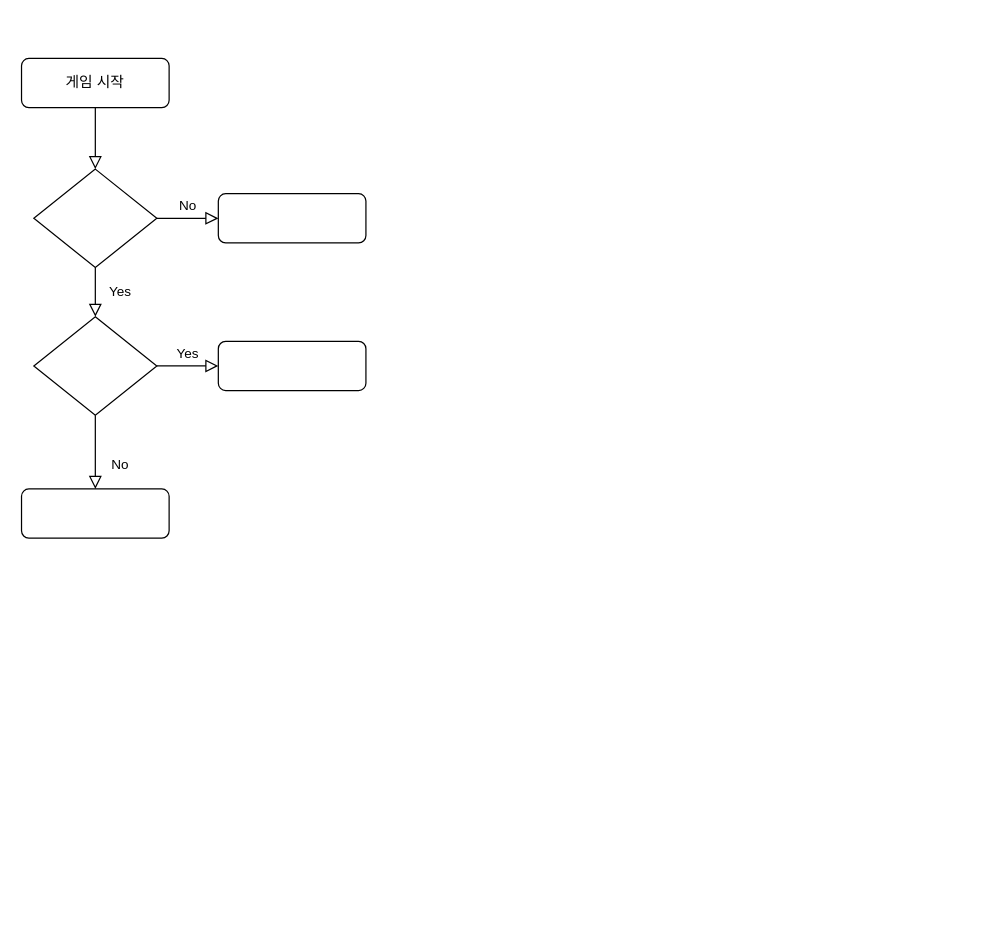
Before: Bakara/게임 흐름 순서도.drawio in wltnthss/oop_java, a draw.io diagram. Source tidied: cells renumbered, new cells numbered last; positions are measured from the earlier drawing's top-left corner, leaving out a move shared by most shapes. Both pictures are drawn from the tidied source at 123%, with x=0, y=0 at pixel (21, 58).
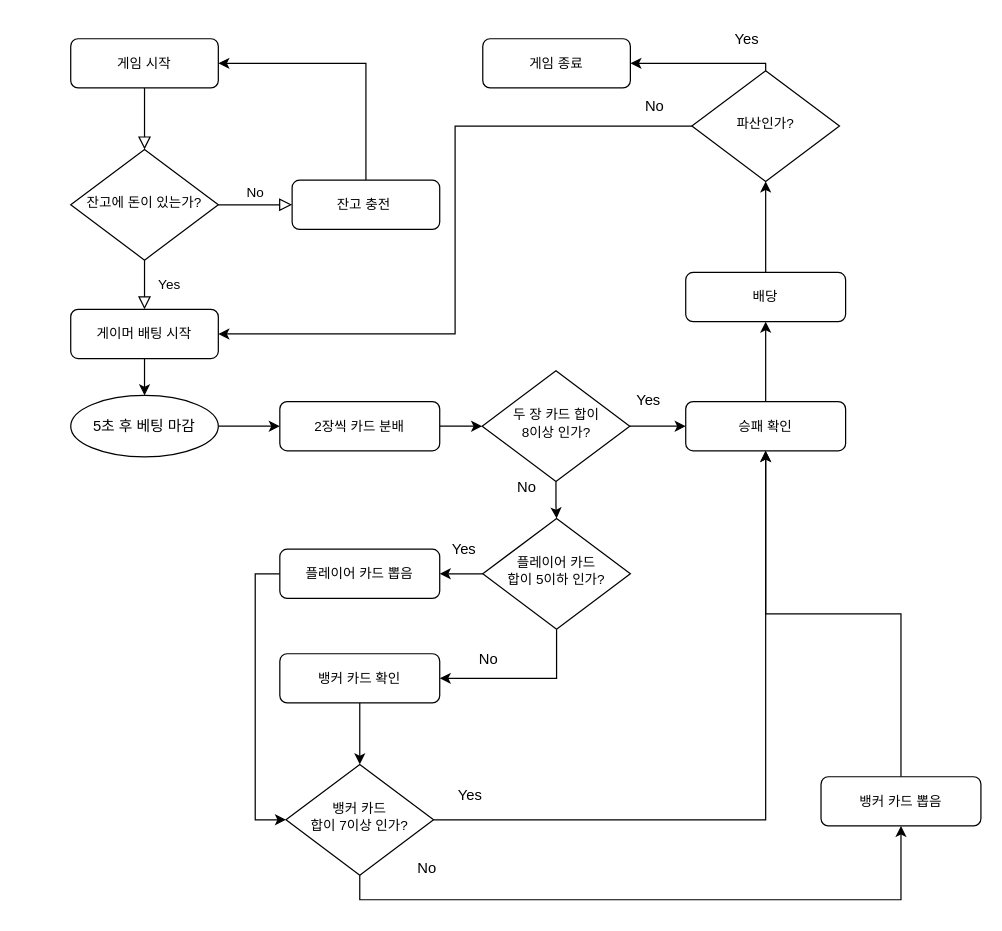
After the change.

Commit message:
게임 흐름 순서도.drawio 1차업데이트

Diff of the diagram source:
```diff
@@
+    <mxCell id="13" style="edgeStyle=orthogonalEdgeStyle;rounded=0;jettySize=auto;html=1;exitX=1;exitY=0.25;exitDx=0;exitDy=0;" parent="1" edge="1" source="3">
+      <mxGeometry relative="1" as="geometry">
+        <mxPoint x="130" y="-16" as="targetPoint" />
+      </mxGeometry>
+    </mxCell>
-    <mxCell id="3" value="게임 시작" style="rounded=1;whiteSpace=wrap;html=1;fontSize=12;glass=0;strokeWidth=1;shadow=0;" parent="1" vertex="1">
-      <mxGeometry width="120" height="40" as="geometry" />
+    <mxCell id="3" value="게임 시작" style="rounded=1;whiteSpace=wrap;html=1;fontSize=11;glass=0;strokeWidth=1;shadow=0;" parent="1" vertex="1">
+      <mxGeometry x="40" y="-16" width="120" height="40" as="geometry" />
     </mxCell>
-    <mxCell id="4" value="Yes" style="rounded=0;html=1;jettySize=auto;fontSize=11;endArrow=block;endFill=0;endSize=8;strokeWidth=1;shadow=0;labelBackgroundColor=none;edgeStyle=orthogonalEdgeStyle;" parent="1" edge="1" source="6" target="10">
+    <mxCell id="4" value="Yes" style="rounded=0;html=1;jettySize=auto;fontSize=11;endArrow=block;endFill=0;endSize=8;strokeWidth=1;shadow=0;labelBackgroundColor=none;edgeStyle=orthogonalEdgeStyle;entryX=0.5;entryY=1;entryDx=0;entryDy=0;" parent="1" edge="1" source="6" target="12">
       <mxGeometry y="20" relative="1" as="geometry" />
     </mxCell>
@@
-    <mxCell id="6" style="rhombus;whiteSpace=wrap;html=1;shadow=0;fontFamily=Helvetica;fontSize=12;align=center;strokeWidth=1;spacing=6;spacingTop=-4;" parent="1" vertex="1">
-      <mxGeometry x="10" y="90" width="100" height="80" as="geometry" />
+    <mxCell id="6" value="잔고에 돈이 있는가?" style="rhombus;whiteSpace=wrap;html=1;shadow=0;fontFamily=Helvetica;fontSize=11;align=center;strokeWidth=1;spacing=6;spacingTop=-4;" parent="1" vertex="1">
+      <mxGeometry x="40" y="74" width="120" height="90" as="geometry" />
     </mxCell>
+    <mxCell id="14" style="edgeStyle=orthogonalEdgeStyle;rounded=0;jettySize=auto;html=1;exitX=0.5;exitY=0;exitDx=0;exitDy=0;entryX=1;entryY=0.5;entryDx=0;entryDy=0;" parent="1" edge="1" source="7" target="3">
+      <mxGeometry relative="1" as="geometry" />
+    </mxCell>
-    <mxCell id="7" style="rounded=1;whiteSpace=wrap;html=1;fontSize=12;glass=0;strokeWidth=1;shadow=0;" parent="1" vertex="1">
-      <mxGeometry x="160" y="110" width="120" height="40" as="geometry" />
+    <mxCell id="7" value="잔고 충전&amp;nbsp;" style="rounded=1;whiteSpace=wrap;html=1;fontSize=11;glass=0;strokeWidth=1;shadow=0;" parent="1" vertex="1">
+      <mxGeometry x="220" y="99" width="120" height="40" as="geometry" />
     </mxCell>
-    <mxCell id="8" value="No" style="rounded=0;html=1;jettySize=auto;fontSize=11;endArrow=block;endFill=0;endSize=8;strokeWidth=1;shadow=0;labelBackgroundColor=none;edgeStyle=orthogonalEdgeStyle;" parent="1" edge="1" source="10" target="11">
-      <mxGeometry x="0.33" y="20" relative="1" as="geometry" />
-    </mxCell>
-    <mxCell id="9" value="Yes" style="edgeStyle=orthogonalEdgeStyle;rounded=0;html=1;jettySize=auto;fontSize=11;endArrow=block;endFill=0;endSize=8;strokeWidth=1;shadow=0;labelBackgroundColor=none;" parent="1" edge="1" source="10" target="12">
-      <mxGeometry y="10" relative="1" as="geometry" />
-    </mxCell>
-    <mxCell id="10" style="rhombus;whiteSpace=wrap;html=1;shadow=0;fontFamily=Helvetica;fontSize=12;align=center;strokeWidth=1;spacing=6;spacingTop=-4;" parent="1" vertex="1">
-      <mxGeometry x="10" y="210" width="100" height="80" as="geometry" />
-    </mxCell>
-    <mxCell id="11" style="rounded=1;whiteSpace=wrap;html=1;fontSize=12;glass=0;strokeWidth=1;shadow=0;" parent="1" vertex="1">
-      <mxGeometry y="350" width="120" height="40" as="geometry" />
-    </mxCell>
+    <mxCell id="15" style="edgeStyle=orthogonalEdgeStyle;rounded=0;jettySize=auto;html=1;entryX=0.5;entryY=0;entryDx=0;entryDy=0;" parent="1" edge="1" source="12" target="17">
+      <mxGeometry relative="1" as="geometry" />
+    </mxCell>
-    <mxCell id="12" style="rounded=1;whiteSpace=wrap;html=1;fontSize=12;glass=0;strokeWidth=1;shadow=0;" parent="1" vertex="1">
-      <mxGeometry x="160" y="230" width="120" height="40" as="geometry" />
+    <mxCell id="12" value="게이머 배팅 시작" style="rounded=1;whiteSpace=wrap;html=1;fontSize=11;glass=0;strokeWidth=1;shadow=0;direction=west;" parent="1" vertex="1">
+      <mxGeometry x="40" y="204" width="120" height="40" as="geometry" />
     </mxCell>
+    <mxCell id="16" style="edgeStyle=orthogonalEdgeStyle;rounded=0;jettySize=auto;html=1;entryX=1;entryY=0.5;entryDx=0;entryDy=0;" parent="1" edge="1" source="17" target="19">
+      <mxGeometry relative="1" as="geometry" />
+    </mxCell>
+    <mxCell id="17" value="5초 후 베팅 마감" style="ellipse;whiteSpace=wrap;html=1;" parent="1" vertex="1">
+      <mxGeometry x="40" y="274" width="120" height="50" as="geometry" />
+    </mxCell>
+    <mxCell id="18" style="edgeStyle=orthogonalEdgeStyle;rounded=0;jettySize=auto;html=1;" parent="1" edge="1" source="19" target="22">
+      <mxGeometry relative="1" as="geometry" />
+    </mxCell>
+    <mxCell id="19" value="2장씩 카드 분배" style="rounded=1;whiteSpace=wrap;html=1;fontSize=11;glass=0;strokeWidth=1;shadow=0;direction=west;" parent="1" vertex="1">
+      <mxGeometry x="210" y="279" width="130" height="40" as="geometry" />
+    </mxCell>
+    <mxCell id="20" style="edgeStyle=orthogonalEdgeStyle;rounded=0;jettySize=auto;html=1;entryX=1;entryY=0.5;entryDx=0;entryDy=0;" parent="1" edge="1" source="22" target="24">
+      <mxGeometry relative="1" as="geometry" />
+    </mxCell>
+    <mxCell id="21" style="edgeStyle=orthogonalEdgeStyle;rounded=0;jettySize=auto;html=1;entryX=0.5;entryY=0;entryDx=0;entryDy=0;" parent="1" edge="1" source="22" target="31">
+      <mxGeometry relative="1" as="geometry" />
+    </mxCell>
+    <mxCell id="22" value="두 장 카드 합이&lt;br style=&quot;border-color: var(--border-color);&quot;&gt;8이상 인가?" style="rhombus;whiteSpace=wrap;html=1;shadow=0;fontFamily=Helvetica;fontSize=11;align=center;strokeWidth=1;spacing=6;spacingTop=-4;" parent="1" vertex="1">
+      <mxGeometry x="374.5" y="254" width="120" height="90" as="geometry" />
+    </mxCell>
+    <mxCell id="23" style="edgeStyle=orthogonalEdgeStyle;rounded=0;jettySize=auto;html=1;" parent="1" edge="1" source="24" target="44">
+      <mxGeometry relative="1" as="geometry" />
+    </mxCell>
+    <mxCell id="24" value="승패 확인" style="rounded=1;whiteSpace=wrap;html=1;fontSize=11;glass=0;strokeWidth=1;shadow=0;direction=west;" parent="1" vertex="1">
+      <mxGeometry x="540" y="279" width="130" height="40" as="geometry" />
+    </mxCell>
+    <mxCell id="25" value="Yes" style="text;html=1;strokeColor=none;fillColor=none;align=center;verticalAlign=middle;whiteSpace=wrap;rounded=0;" parent="1" vertex="1">
+      <mxGeometry x="480" y="263" width="60" height="30" as="geometry" />
+    </mxCell>
+    <mxCell id="26" style="edgeStyle=orthogonalEdgeStyle;rounded=0;jettySize=auto;html=1;" parent="1" edge="1" source="27" target="38">
+      <mxGeometry relative="1" as="geometry" />
+    </mxCell>
+    <mxCell id="27" value="뱅커 카드 확인" style="rounded=1;whiteSpace=wrap;html=1;fontSize=11;glass=0;strokeWidth=1;shadow=0;direction=west;" parent="1" vertex="1">
+      <mxGeometry x="210" y="484" width="130" height="40" as="geometry" />
+    </mxCell>
+    <mxCell id="28" value="No" style="text;html=1;strokeColor=none;fillColor=none;align=center;verticalAlign=middle;whiteSpace=wrap;rounded=0;" parent="1" vertex="1">
+      <mxGeometry x="380.5" y="334" width="60" height="30" as="geometry" />
+    </mxCell>
+    <mxCell id="29" style="edgeStyle=orthogonalEdgeStyle;rounded=0;jettySize=auto;html=1;" parent="1" edge="1" source="31" target="33">
+      <mxGeometry relative="1" as="geometry" />
+    </mxCell>
+    <mxCell id="30" style="edgeStyle=orthogonalEdgeStyle;rounded=0;jettySize=auto;html=1;exitX=0.5;exitY=1;exitDx=0;exitDy=0;entryX=0;entryY=0.5;entryDx=0;entryDy=0;" parent="1" edge="1" source="31" target="27">
+      <mxGeometry relative="1" as="geometry" />
+    </mxCell>
+    <mxCell id="31" value="플레이어 카드 &lt;br&gt;합이 5이하 인가?" style="rhombus;whiteSpace=wrap;html=1;shadow=0;fontFamily=Helvetica;fontSize=11;align=center;strokeWidth=1;spacing=6;spacingTop=-4;" parent="1" vertex="1">
+      <mxGeometry x="375" y="374" width="120" height="90" as="geometry" />
+    </mxCell>
+    <mxCell id="32" style="edgeStyle=orthogonalEdgeStyle;rounded=0;jettySize=auto;html=1;exitX=1;exitY=0.5;exitDx=0;exitDy=0;entryX=0;entryY=0.5;entryDx=0;entryDy=0;" parent="1" edge="1" source="33" target="38">
+      <mxGeometry relative="1" as="geometry" />
+    </mxCell>
+    <mxCell id="33" value="플레이어 카드 뽑음" style="rounded=1;whiteSpace=wrap;html=1;fontSize=11;glass=0;strokeWidth=1;shadow=0;direction=west;" parent="1" vertex="1">
+      <mxGeometry x="210" y="399" width="130" height="40" as="geometry" />
+    </mxCell>
+    <mxCell id="34" value="Yes" style="text;html=1;strokeColor=none;fillColor=none;align=center;verticalAlign=middle;whiteSpace=wrap;rounded=0;" parent="1" vertex="1">
+      <mxGeometry x="330" y="384" width="60" height="30" as="geometry" />
+    </mxCell>
+    <mxCell id="35" value="No" style="text;html=1;strokeColor=none;fillColor=none;align=center;verticalAlign=middle;whiteSpace=wrap;rounded=0;" parent="1" vertex="1">
+      <mxGeometry x="350" y="474" width="60" height="30" as="geometry" />
+    </mxCell>
+    <mxCell id="36" style="edgeStyle=orthogonalEdgeStyle;rounded=0;jettySize=auto;html=1;exitX=1;exitY=0.5;exitDx=0;exitDy=0;entryX=0.5;entryY=0;entryDx=0;entryDy=0;" parent="1" edge="1" source="38" target="24">
+      <mxGeometry relative="1" as="geometry" />
+    </mxCell>
+    <mxCell id="37" style="edgeStyle=orthogonalEdgeStyle;rounded=0;jettySize=auto;html=1;exitX=0.5;exitY=1;exitDx=0;exitDy=0;entryX=0.5;entryY=0;entryDx=0;entryDy=0;" parent="1" edge="1" source="38" target="41">
+      <mxGeometry relative="1" as="geometry" />
+    </mxCell>
+    <mxCell id="38" value="뱅커 카드&lt;br&gt;합이 7이상 인가?" style="rhombus;whiteSpace=wrap;html=1;shadow=0;fontFamily=Helvetica;fontSize=11;align=center;strokeWidth=1;spacing=6;spacingTop=-4;" parent="1" vertex="1">
+      <mxGeometry x="215" y="574" width="120" height="90" as="geometry" />
+    </mxCell>
+    <mxCell id="39" value="Yes" style="text;html=1;strokeColor=none;fillColor=none;align=center;verticalAlign=middle;whiteSpace=wrap;rounded=0;" parent="1" vertex="1">
+      <mxGeometry x="335" y="584" width="60" height="30" as="geometry" />
+    </mxCell>
+    <mxCell id="40" style="edgeStyle=orthogonalEdgeStyle;rounded=0;jettySize=auto;html=1;exitX=0.5;exitY=1;exitDx=0;exitDy=0;entryX=0.5;entryY=0;entryDx=0;entryDy=0;" parent="1" edge="1" source="41" target="24">
+      <mxGeometry relative="1" as="geometry" />
+    </mxCell>
+    <mxCell id="41" value="뱅커 카드 뽑음" style="rounded=1;whiteSpace=wrap;html=1;fontSize=11;glass=0;strokeWidth=1;shadow=0;direction=west;" parent="1" vertex="1">
+      <mxGeometry x="650" y="584" width="130" height="40" as="geometry" />
+    </mxCell>
+    <mxCell id="42" value="No" style="text;html=1;strokeColor=none;fillColor=none;align=center;verticalAlign=middle;whiteSpace=wrap;rounded=0;" parent="1" vertex="1">
+      <mxGeometry x="300" y="644" width="60" height="30" as="geometry" />
+    </mxCell>
+    <mxCell id="43" style="edgeStyle=orthogonalEdgeStyle;rounded=0;jettySize=auto;html=1;" parent="1" edge="1" source="44" target="47">
+      <mxGeometry relative="1" as="geometry" />
+    </mxCell>
+    <mxCell id="44" value="배당" style="rounded=1;whiteSpace=wrap;html=1;fontSize=11;glass=0;strokeWidth=1;shadow=0;direction=west;" parent="1" vertex="1">
+      <mxGeometry x="540" y="174" width="130" height="40" as="geometry" />
+    </mxCell>
+    <mxCell id="45" style="edgeStyle=orthogonalEdgeStyle;rounded=0;jettySize=auto;html=1;exitX=0.5;exitY=0;exitDx=0;exitDy=0;entryX=1;entryY=0.5;entryDx=0;entryDy=0;" parent="1" edge="1" source="47" target="48">
+      <mxGeometry relative="1" as="geometry">
+        <Array as="points">
+          <mxPoint x="605" y="4" />
+        </Array>
+      </mxGeometry>
+    </mxCell>
+    <mxCell id="46" style="edgeStyle=orthogonalEdgeStyle;rounded=0;jettySize=auto;html=1;exitX=0;exitY=0.5;exitDx=0;exitDy=0;entryX=0;entryY=0.5;entryDx=0;entryDy=0;" parent="1" edge="1" source="47" target="12">
+      <mxGeometry relative="1" as="geometry" />
+    </mxCell>
+    <mxCell id="47" value="파산인가?" style="rhombus;whiteSpace=wrap;html=1;shadow=0;fontFamily=Helvetica;fontSize=11;align=center;strokeWidth=1;spacing=6;spacingTop=-4;" parent="1" vertex="1">
+      <mxGeometry x="545" y="10" width="120" height="90" as="geometry" />
+    </mxCell>
+    <mxCell id="48" value="게임 종료" style="rounded=1;whiteSpace=wrap;html=1;fontSize=11;glass=0;strokeWidth=1;shadow=0;" parent="1" vertex="1">
+      <mxGeometry x="375" y="-16" width="120" height="40" as="geometry" />
+    </mxCell>
+    <mxCell id="49" value="Yes" style="text;html=1;strokeColor=none;fillColor=none;align=center;verticalAlign=middle;whiteSpace=wrap;rounded=0;" parent="1" vertex="1">
+      <mxGeometry x="560" y="-30" width="60" height="30" as="geometry" />
+    </mxCell>
+    <mxCell id="50" value="No" style="text;html=1;strokeColor=none;fillColor=none;align=center;verticalAlign=middle;whiteSpace=wrap;rounded=0;" parent="1" vertex="1">
+      <mxGeometry x="485" y="24" width="60" height="30" as="geometry" />
+    </mxCell>
```
